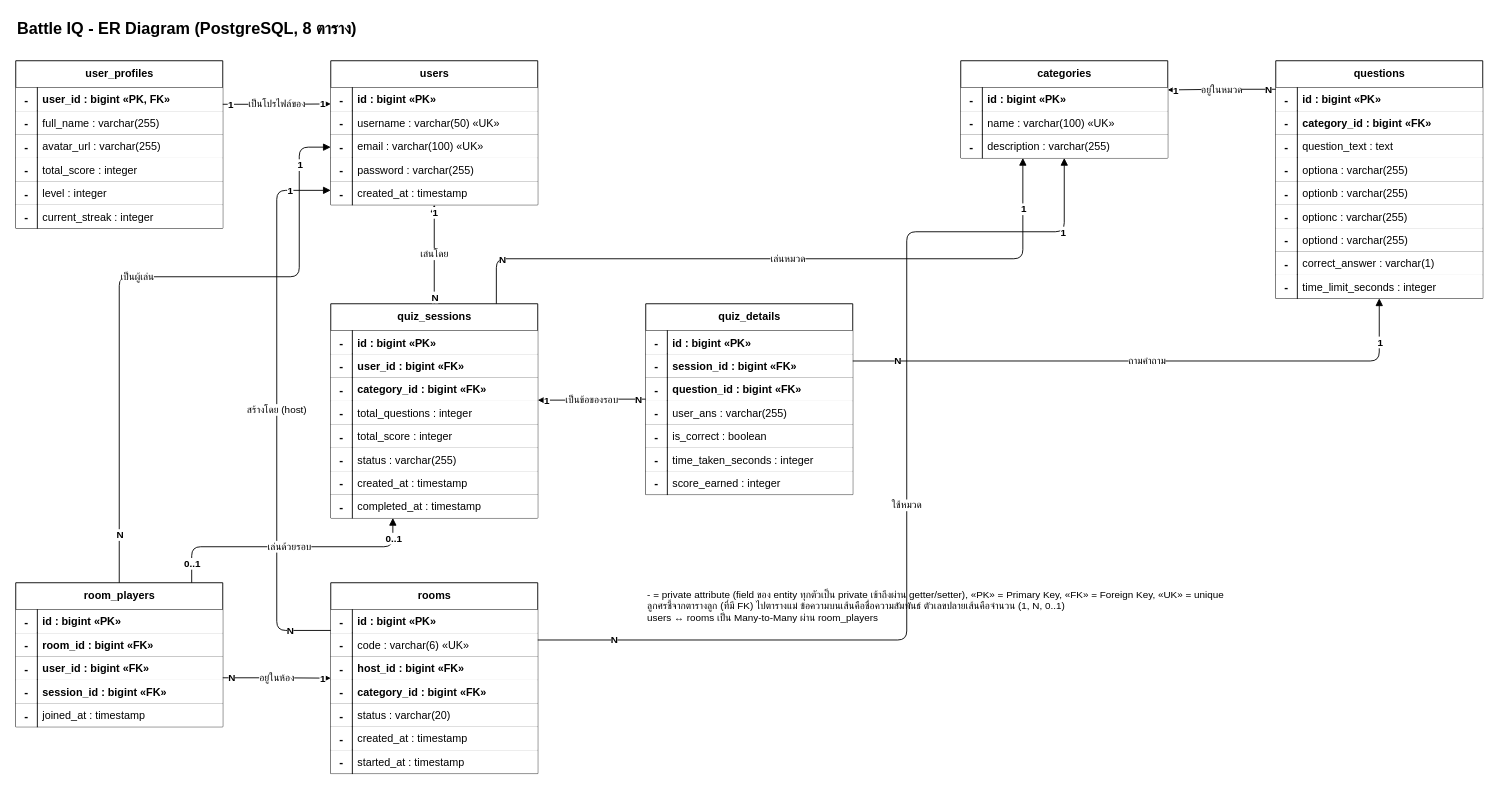
Above: doc/diagrams/er-diagram.drawio in rattaphumk-tech/Battle-IQ (draw.io), before the change. Source tidied: cells renumbered, new cells numbered last; positions are measured from the earlier drawing's top-left corner, leaving out a move shared by most shapes. Both pictures are drawn from the tidied source at 90%, with x=0, y=0 at pixel (15, 15).
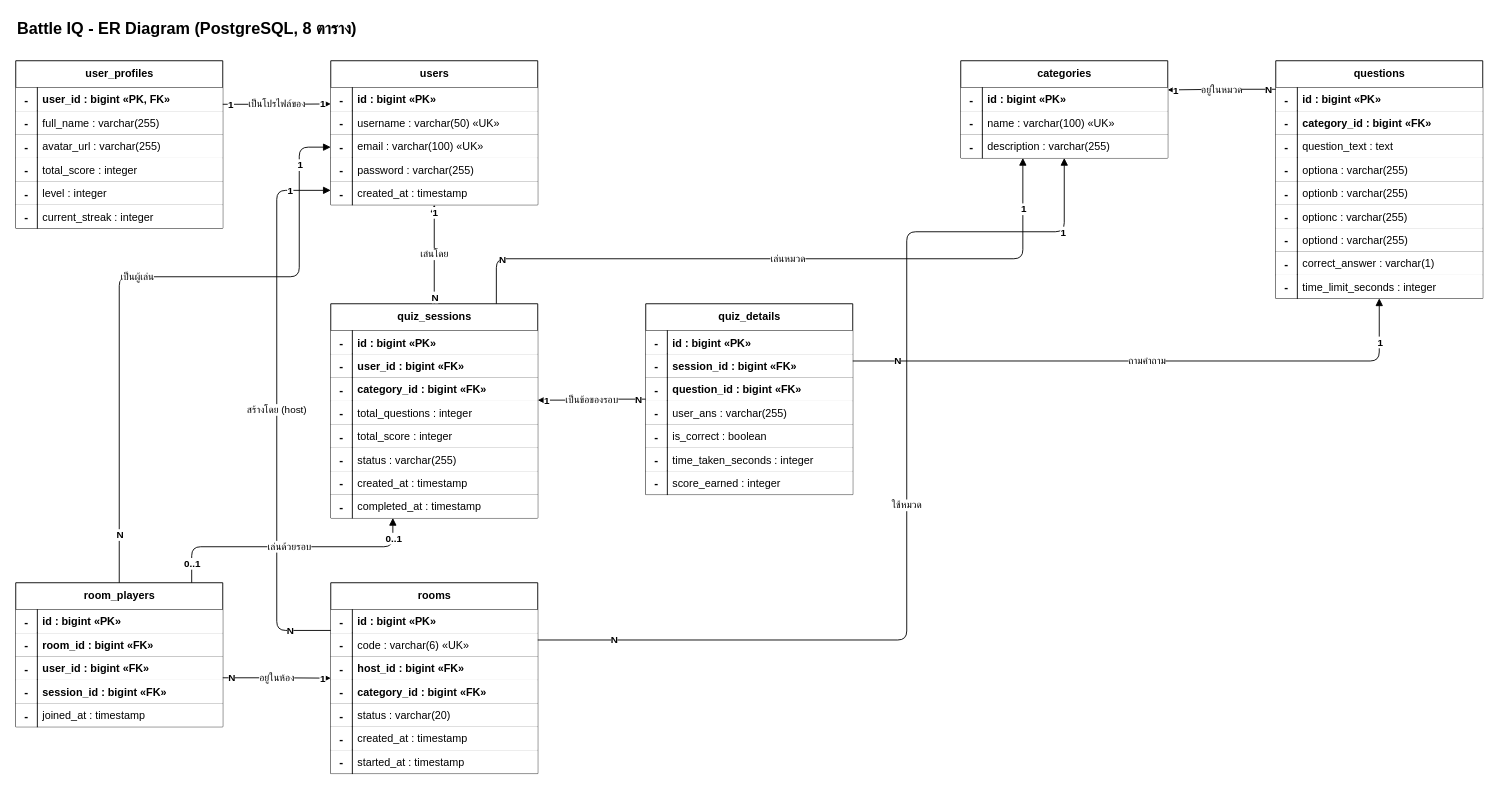
The same diagram, later.

Commit message (it also covers changes not shown here):
docs: remove legend from draw.io ER diagram

The edit, as a diff of the source:
```diff
@@
-    <mxCell id="194" value="- = private attribute (field ของ entity ทุกตัวเป็น private เข้าถึงผ่าน getter/setter), «PK» = Primary Key, «FK» = Foreign Key, «UK» = unique&lt;br&gt;ลูกศรชี้จากตารางลูก (ที่มี FK) ไปตารางแม่ ข้อความบนเส้นคือชื่อความสัมพันธ์ ตัวเลขปลายเส้นคือจำนวน (1, N, 0..1)&lt;br&gt;users ↔ rooms เป็น Many-to-Many ผ่าน room_players" style="text;html=1;strokeColor=none;fillColor=none;align=left;verticalAlign=top;fontSize=11;fontColor=#000000;" parent="1" vertex="1">
-      <mxGeometry x="700" y="630" width="560" height="60" as="geometry" />
-    </mxCell>
```
